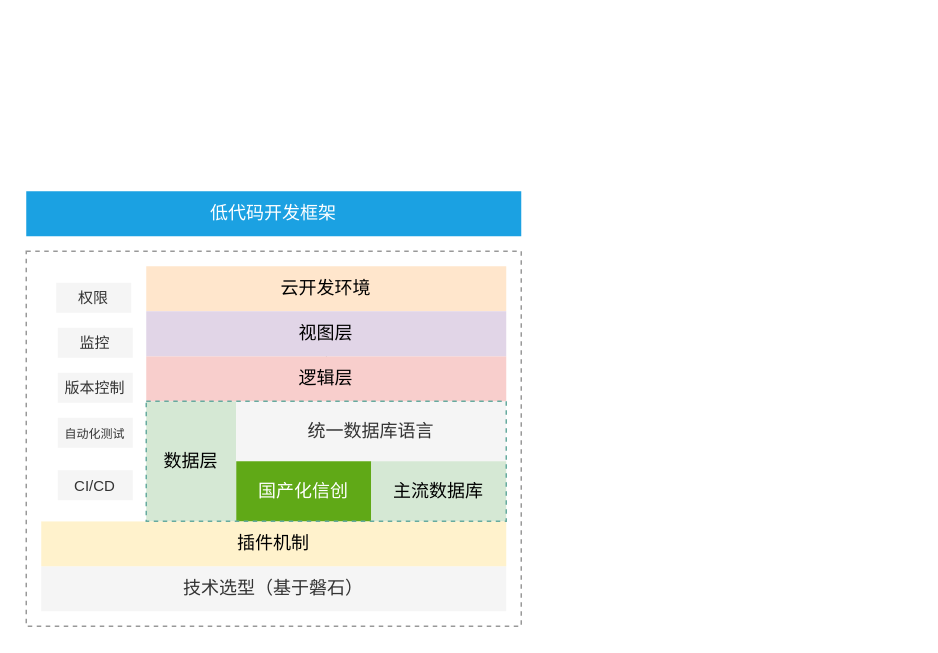
This is 低——研究内容——低代码开发框架.drawio from tangyaosimida/love, a draw.io file, before an edit. Source tidied: cells renumbered, new cells numbered last; positions are measured from the earlier drawing's top-left corner, leaving out a move shared by most shapes. Both pictures are drawn from the tidied source at 150%, with x=0, y=0 at pixel (26, 190).
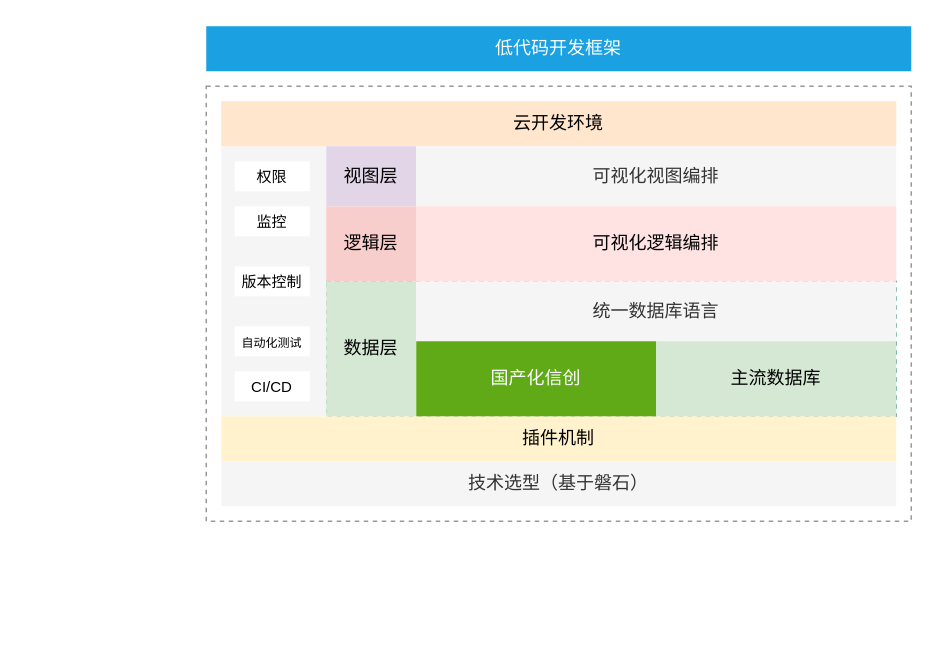
The same diagram, later.

Commit message:
更新低——研究内容——低代码开发框架.drawio

What changed in the source:
```diff
@@
+    <mxCell id="21" style="rounded=0;whiteSpace=wrap;html=1;dashed=1;strokeColor=#67AB9F;fillColor=none;" parent="1" vertex="1">
+      <mxGeometry x="200" y="60" width="380" height="90" as="geometry" />
+    </mxCell>
-    <mxCell id="2" style="rounded=0;whiteSpace=wrap;html=1;dashed=1;strokeColor=#999999;" parent="1" vertex="1">
-      <mxGeometry y="40" width="330" height="250" as="geometry" />
+    <mxCell id="2" style="rounded=0;whiteSpace=wrap;html=1;dashed=1;strokeColor=#999999;fillColor=none;" parent="1" vertex="1">
+      <mxGeometry x="120" y="-70" width="470" height="290" as="geometry" />
     </mxCell>
-    <mxCell id="3" style="rounded=0;whiteSpace=wrap;html=1;strokeColor=none;" parent="1" vertex="1">
-      <mxGeometry x="80" y="140" width="240" height="80" as="geometry" />
-    </mxCell>
     <mxCell id="4" value="技术选型（基于磐石）" style="rounded=0;whiteSpace=wrap;html=1;fillColor=#f5f5f5;fontColor=#333333;strokeColor=none;" parent="1" vertex="1">
-      <mxGeometry x="10" y="250" width="310" height="30" as="geometry" />
+      <mxGeometry x="130" y="180" width="450" height="30" as="geometry" />
     </mxCell>
     <mxCell id="5" value="插件机制" style="rounded=0;whiteSpace=wrap;html=1;fillColor=#fff2cc;strokeColor=none;" parent="1" vertex="1">
-      <mxGeometry x="10" y="220" width="310" height="30" as="geometry" />
+      <mxGeometry x="130" y="150" width="450" height="30" as="geometry" />
     </mxCell>
     <mxCell id="6" value="低代码开发框架" style="rounded=0;whiteSpace=wrap;html=1;fillColor=#1ba1e2;strokeColor=none;fontColor=#ffffff;" parent="1" vertex="1">
-      <mxGeometry width="330" height="30" as="geometry" />
+      <mxGeometry x="120" y="-110" width="470" height="30" as="geometry" />
     </mxCell>
-    <mxCell id="7" style="rounded=0;whiteSpace=wrap;html=1;strokeColor=none;" parent="1" vertex="1">
-      <mxGeometry x="10" y="50" width="70" height="170" as="geometry" />
+    <mxCell id="7" style="rounded=0;whiteSpace=wrap;html=1;strokeColor=none;fillColor=#f5f5f5;fontColor=#333333;" parent="1" vertex="1">
+      <mxGeometry x="130" y="-30" width="70" height="180" as="geometry" />
     </mxCell>
     <mxCell id="8" value="数据层" style="rounded=0;whiteSpace=wrap;html=1;fillColor=#d5e8d4;strokeColor=none;" parent="1" vertex="1">
-      <mxGeometry x="80" y="140" width="60" height="80" as="geometry" />
+      <mxGeometry x="200" y="60" width="60" height="90" as="geometry" />
     </mxCell>
     <mxCell id="9" value="云开发环境" style="rounded=0;whiteSpace=wrap;html=1;fillColor=#ffe6cc;strokeColor=none;" parent="1" vertex="1">
-      <mxGeometry x="80" y="50" width="240" height="30" as="geometry" />
+      <mxGeometry x="130" y="-60" width="450" height="30" as="geometry" />
     </mxCell>
-    <mxCell id="10" value="&lt;font style=&quot;font-size: 10px;&quot;&gt;监控&lt;/font&gt;" style="rounded=0;whiteSpace=wrap;html=1;fillColor=#f5f5f5;fontColor=#333333;strokeColor=none;" parent="1" vertex="1">
-      <mxGeometry x="21" y="91" width="50" height="20" as="geometry" />
+    <mxCell id="10" value="&lt;font style=&quot;font-size: 10px;&quot;&gt;监控&lt;/font&gt;" style="rounded=0;whiteSpace=wrap;html=1;strokeColor=none;" parent="1" vertex="1">
+      <mxGeometry x="139" y="10" width="50" height="20" as="geometry" />
     </mxCell>
-    <mxCell id="11" value="&lt;font style=&quot;font-size: 10px;&quot;&gt;权限&lt;/font&gt;" style="rounded=0;whiteSpace=wrap;html=1;fillColor=#f5f5f5;fontColor=#333333;strokeColor=none;" parent="1" vertex="1">
-      <mxGeometry x="20" y="61" width="50" height="20" as="geometry" />
+    <mxCell id="11" value="&lt;font style=&quot;font-size: 10px;&quot;&gt;权限&lt;/font&gt;" style="rounded=0;whiteSpace=wrap;html=1;strokeColor=none;" parent="1" vertex="1">
+      <mxGeometry x="139" y="-20" width="50" height="20" as="geometry" />
     </mxCell>
-    <mxCell id="12" style="edgeStyle=orthogonalEdgeStyle;rounded=0;jettySize=auto;html=1;" parent="1" edge="1" source="13" target="19">
-      <mxGeometry relative="1" as="geometry" />
-    </mxCell>
     <mxCell id="13" value="统一数据库语言" style="rounded=0;whiteSpace=wrap;html=1;fillColor=#f5f5f5;strokeColor=none;fontColor=#333333;" parent="1" vertex="1">
-      <mxGeometry x="140" y="140" width="180" height="40" as="geometry" />
+      <mxGeometry x="260" y="60" width="320" height="40" as="geometry" />
     </mxCell>
     <mxCell id="14" value="国产化信创" style="rounded=0;whiteSpace=wrap;html=1;fillColor=#60a917;fontColor=#ffffff;strokeColor=none;" parent="1" vertex="1">
-      <mxGeometry x="140" y="180" width="90" height="40" as="geometry" />
+      <mxGeometry x="260" y="100" width="160" height="50" as="geometry" />
     </mxCell>
-    <mxCell id="15" value="&lt;font style=&quot;font-size: 10px;&quot;&gt;版本控制&lt;/font&gt;" style="rounded=0;whiteSpace=wrap;html=1;fillColor=#f5f5f5;fontColor=#333333;strokeColor=none;" parent="1" vertex="1">
-      <mxGeometry x="21" y="121" width="50" height="20" as="geometry" />
+    <mxCell id="15" value="&lt;font style=&quot;font-size: 10px;&quot;&gt;版本控制&lt;/font&gt;" style="rounded=0;whiteSpace=wrap;html=1;strokeColor=none;" parent="1" vertex="1">
+      <mxGeometry x="139" y="50" width="50" height="20" as="geometry" />
     </mxCell>
-    <mxCell id="16" value="&lt;font style=&quot;font-size: 8px;&quot;&gt;自动化测试&lt;/font&gt;" style="rounded=0;whiteSpace=wrap;html=1;fillColor=#f5f5f5;fontColor=#333333;strokeColor=none;" parent="1" vertex="1">
-      <mxGeometry x="21" y="151" width="50" height="20" as="geometry" />
+    <mxCell id="16" value="&lt;font style=&quot;font-size: 8px;&quot;&gt;自动化测试&lt;/font&gt;" style="rounded=0;whiteSpace=wrap;html=1;strokeColor=none;" parent="1" vertex="1">
+      <mxGeometry x="139" y="90" width="50" height="20" as="geometry" />
     </mxCell>
-    <mxCell id="17" value="&lt;font style=&quot;font-size: 10px;&quot;&gt;CI/CD&lt;/font&gt;" style="rounded=0;whiteSpace=wrap;html=1;fillColor=#f5f5f5;fontColor=#333333;strokeColor=none;" parent="1" vertex="1">
-      <mxGeometry x="21" y="186" width="50" height="20" as="geometry" />
+    <mxCell id="17" value="&lt;font style=&quot;font-size: 10px;&quot;&gt;CI/CD&lt;/font&gt;" style="rounded=0;whiteSpace=wrap;html=1;strokeColor=none;" parent="1" vertex="1">
+      <mxGeometry x="139" y="120" width="50" height="20" as="geometry" />
     </mxCell>
     <mxCell id="18" value="主流数据库" style="rounded=0;whiteSpace=wrap;html=1;fillColor=#d5e8d4;strokeColor=none;" parent="1" vertex="1">
-      <mxGeometry x="230" y="180" width="90" height="40" as="geometry" />
+      <mxGeometry x="420" y="100" width="160" height="50" as="geometry" />
     </mxCell>
     <mxCell id="19" value="逻辑层" style="rounded=0;whiteSpace=wrap;html=1;fillColor=#f8cecc;strokeColor=none;" parent="1" vertex="1">
-      <mxGeometry x="80" y="110" width="240" height="30" as="geometry" />
+      <mxGeometry x="200" y="10" width="60" height="50" as="geometry" />
     </mxCell>
     <mxCell id="20" value="视图层" style="rounded=0;whiteSpace=wrap;html=1;fillColor=#e1d5e7;strokeColor=none;" parent="1" vertex="1">
-      <mxGeometry x="80" y="80" width="240" height="30" as="geometry" />
+      <mxGeometry x="200" y="-30" width="60" height="40" as="geometry" />
     </mxCell>
-    <mxCell id="21" style="rounded=0;whiteSpace=wrap;html=1;dashed=1;strokeColor=#67AB9F;fillColor=none;" parent="1" vertex="1">
-      <mxGeometry x="80" y="140" width="240" height="80" as="geometry" />
-    </mxCell>
+    <mxCell id="22" value="可视化视图编排" style="rounded=0;whiteSpace=wrap;html=1;fillColor=#f5f5f5;strokeColor=none;fontColor=#333333;" parent="1" vertex="1">
+      <mxGeometry x="260" y="-30" width="320" height="40" as="geometry" />
+    </mxCell>
+    <mxCell id="23" value="可视化逻辑编排" style="rounded=0;whiteSpace=wrap;html=1;fillColor=#FFE3E3;strokeColor=none;" parent="1" vertex="1">
+      <mxGeometry x="260" y="10" width="320" height="50" as="geometry" />
+    </mxCell>
```
